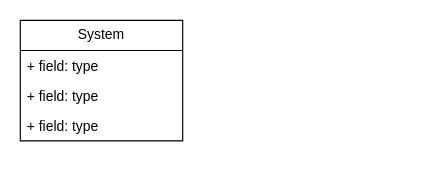
Before: Smart Attendance Tracking System.drawio in Tiongalex/Smart-Attendance-Tracking-System, a draw.io diagram. Source tidied: cells renumbered, new cells numbered last; positions are measured from the earlier drawing's top-left corner, leaving out a move shared by most shapes. Both pictures are drawn from the tidied source at 116%, with x=0, y=0 at pixel (20, 20).
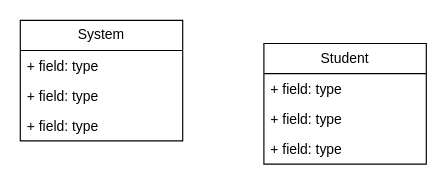
After the change.

Change to the diagram source:
```diff
@@
 <mxGraphModel>
   <root>
     <mxCell id="0" />
     <mxCell id="1" parent="0" />
     <mxCell id="2" value="System" style="swimlane;fontStyle=0;horizontal=1;startSize=26;fillColor=none;whiteSpace=wrap;html=1;" parent="1" vertex="1">
       <mxGeometry width="140" height="104" as="geometry" />
     </mxCell>
     <mxCell id="3" value="+ field: type" style="text;strokeColor=none;fillColor=none;align=left;verticalAlign=top;spacingLeft=4;spacingRight=4;overflow=hidden;whiteSpace=wrap;html=1;" parent="2" vertex="1">
       <mxGeometry y="26" width="140" height="26" as="geometry" />
     </mxCell>
     <mxCell id="4" value="+ field: type" style="text;strokeColor=none;fillColor=none;align=left;verticalAlign=top;spacingLeft=4;spacingRight=4;overflow=hidden;whiteSpace=wrap;html=1;" parent="2" vertex="1">
       <mxGeometry y="52" width="140" height="26" as="geometry" />
     </mxCell>
     <mxCell id="5" value="+ field: type" style="text;strokeColor=none;fillColor=none;align=left;verticalAlign=top;spacingLeft=4;spacingRight=4;overflow=hidden;whiteSpace=wrap;html=1;" parent="2" vertex="1">
       <mxGeometry y="78" width="140" height="26" as="geometry" />
     </mxCell>
+    <mxCell id="6" value="Student" style="swimlane;fontStyle=0;horizontal=1;startSize=26;fillColor=none;whiteSpace=wrap;html=1;" parent="1" vertex="1">
+      <mxGeometry x="210" y="20" width="140" height="104" as="geometry" />
+    </mxCell>
+    <mxCell id="7" value="+ field: type" style="text;strokeColor=none;fillColor=none;align=left;verticalAlign=top;spacingLeft=4;spacingRight=4;overflow=hidden;whiteSpace=wrap;html=1;" parent="6" vertex="1">
+      <mxGeometry y="26" width="140" height="26" as="geometry" />
+    </mxCell>
+    <mxCell id="8" value="+ field: type" style="text;strokeColor=none;fillColor=none;align=left;verticalAlign=top;spacingLeft=4;spacingRight=4;overflow=hidden;whiteSpace=wrap;html=1;" parent="6" vertex="1">
+      <mxGeometry y="52" width="140" height="26" as="geometry" />
+    </mxCell>
+    <mxCell id="9" value="+ field: type" style="text;strokeColor=none;fillColor=none;align=left;verticalAlign=top;spacingLeft=4;spacingRight=4;overflow=hidden;whiteSpace=wrap;html=1;" parent="6" vertex="1">
+      <mxGeometry y="78" width="140" height="26" as="geometry" />
+    </mxCell>
   </root>
 </mxGraphModel>
```
